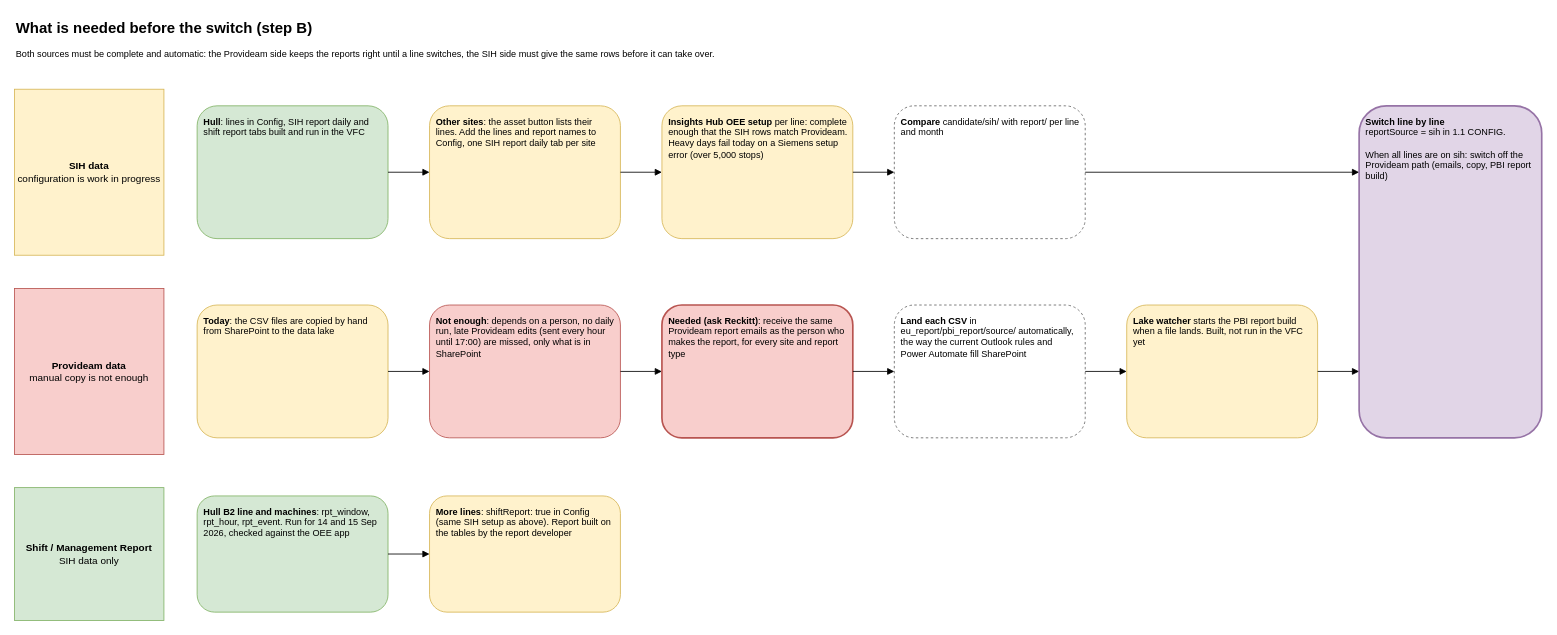
Before: page "2 What is needed" (2 of 2) of diagrams/migration-plan.drawio in AbiyyuMufti/SIH-IBMX-R, a draw.io diagram. Source tidied: cells renumbered, new cells numbered last; positions are measured from the earlier drawing's top-left corner, leaving out a move shared by most shapes. Both pictures are drawn from the tidied source at 83%, with x=0, y=0 at pixel (14, 14).
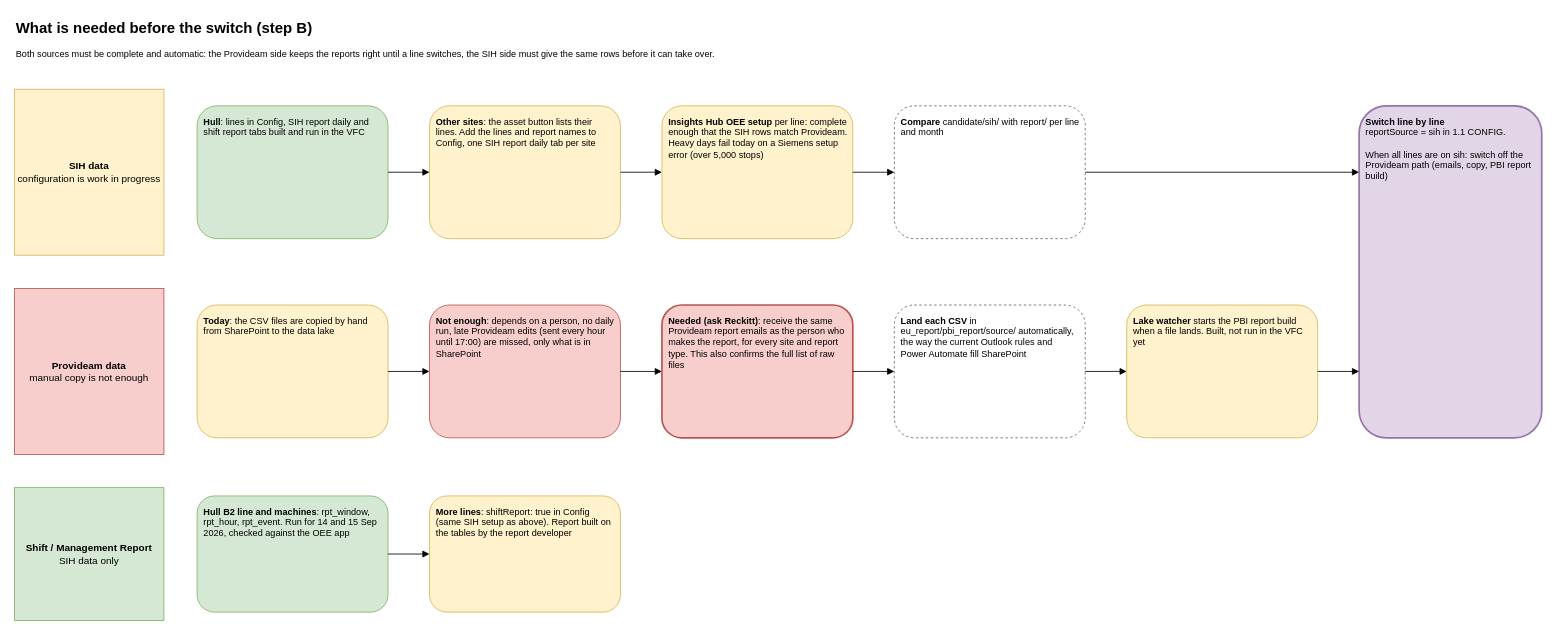
The same diagram, later.

The edit, as a diff of the source:
```diff
@@
-    <mxCell id="12" value="&lt;b&gt;Needed (ask Reckitt)&lt;/b&gt;: receive the same Provideam report emails as the person who makes the report, for every site and report type" style="rounded=1;whiteSpace=wrap;html=1;fillColor=#f8cecc;strokeColor=#b85450;fontSize=11;align=left;verticalAlign=top;spacing=8;strokeWidth=2;" parent="1" vertex="1">
+    <mxCell id="12" value="&lt;b&gt;Needed (ask Reckitt)&lt;/b&gt;: receive the same Provideam report emails as the person who makes the report, for every site and report type. This also confirms the full list of raw files" style="rounded=1;whiteSpace=wrap;html=1;fillColor=#f8cecc;strokeColor=#b85450;fontSize=11;align=left;verticalAlign=top;spacing=8;strokeWidth=2;" parent="1" vertex="1">
       <mxGeometry x="780" y="350" width="230" height="160" as="geometry" />
     </mxCell>
```
